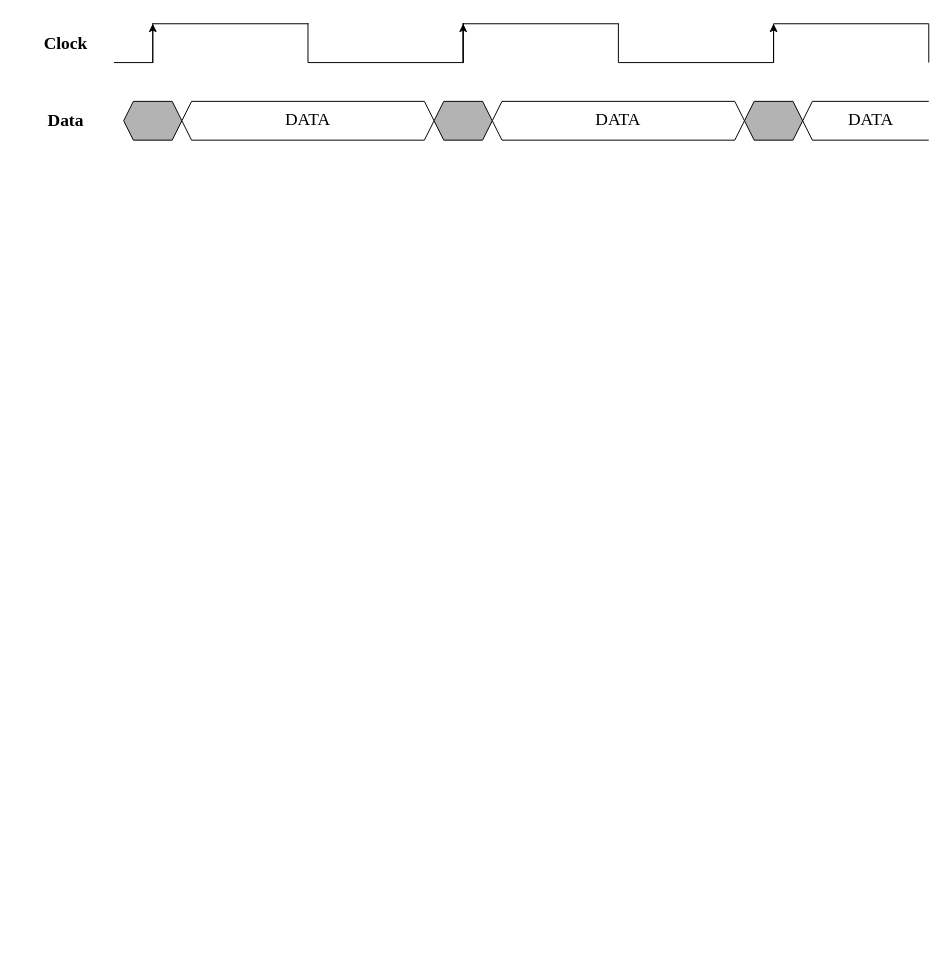
Above: Untitled Diagram.drawio in Katharine-0331/files (draw.io), before the change. Source tidied: cells renumbered, new cells numbered last; positions are measured from the earlier drawing's top-left corner, leaving out a move shared by most shapes. Both pictures are drawn from the tidied source at 97%, with x=0, y=0 at pixel (36, 18).
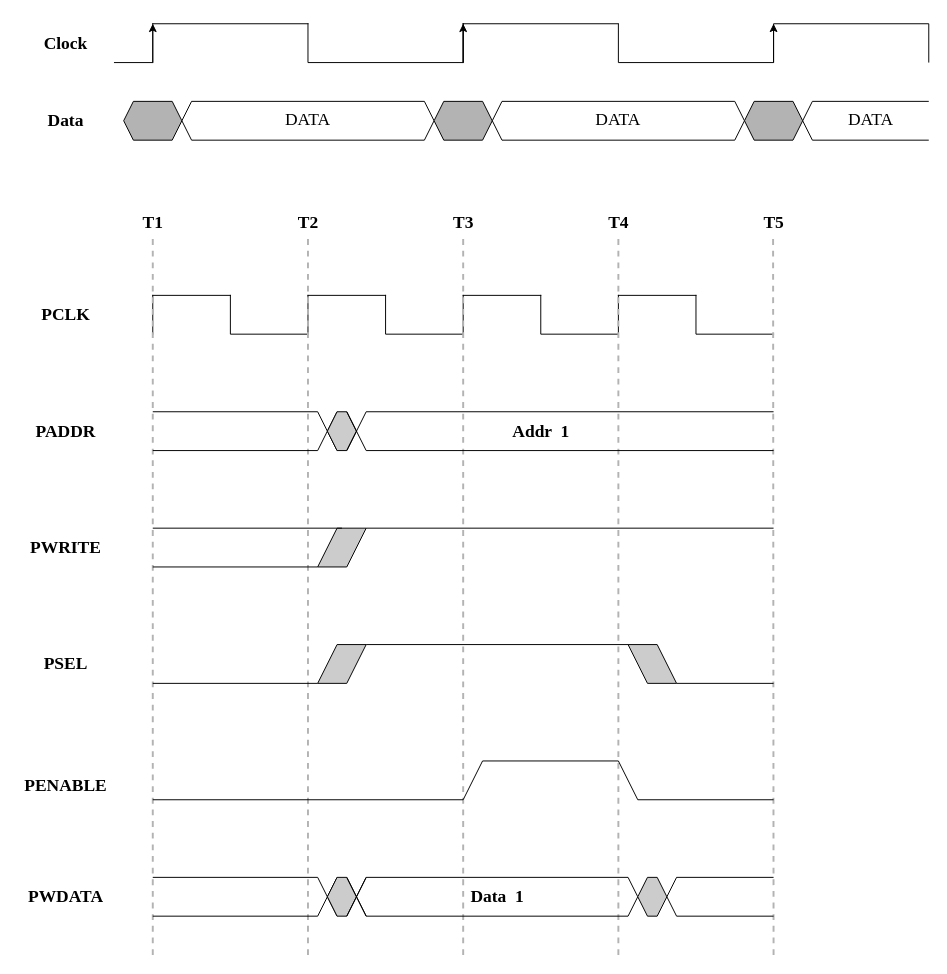
Above is the later version.

Change to the diagram source:
```diff
@@
-    <mxCell id="12" value="&lt;pre style=&quot;font-size: 18px&quot;&gt;&lt;font face=&quot;Times New Roman&quot;&gt;DATA&lt;/font&gt;&lt;/pre&gt;" style="shape=hexagon;perimeter=hexagonPerimeter2;whiteSpace=wrap;html=1;fixedSize=1;size=10;" parent="1" vertex="1">
+    <mxCell id="12" value="&lt;pre style=&quot;font-size: 18px&quot;&gt;&lt;font face=&quot;Times New Roman&quot;&gt;DATA&lt;/font&gt;&lt;/pre&gt;" style="shape=hexagon;perimeter=hexagonPerimeter2;whiteSpace=wrap;html=1;fixedSize=1;size=10;fillColor=none;" parent="1" vertex="1">
       <mxGeometry x="150" y="85" width="260" height="40" as="geometry" />
     </mxCell>
@@
-    <mxCell id="14" value="&lt;pre style=&quot;font-size: 18px&quot;&gt;&lt;font face=&quot;Times New Roman&quot;&gt;DATA&lt;/font&gt;&lt;/pre&gt;" style="shape=hexagon;perimeter=hexagonPerimeter2;whiteSpace=wrap;html=1;fixedSize=1;size=10;" parent="1" vertex="1">
+    <mxCell id="14" value="&lt;pre style=&quot;font-size: 18px&quot;&gt;&lt;font face=&quot;Times New Roman&quot;&gt;DATA&lt;/font&gt;&lt;/pre&gt;" style="shape=hexagon;perimeter=hexagonPerimeter2;whiteSpace=wrap;html=1;fixedSize=1;size=10;fillColor=none;" parent="1" vertex="1">
       <mxGeometry x="470" y="85" width="260" height="40" as="geometry" />
     </mxCell>
@@
+    <mxCell id="26" style="shape=partialRectangle;whiteSpace=wrap;html=1;bottom=0;right=0;fillColor=none;" parent="1" vertex="1">
+      <mxGeometry x="120" y="285" width="80" height="40" as="geometry" />
+    </mxCell>
+    <mxCell id="27" style="shape=partialRectangle;whiteSpace=wrap;html=1;top=0;left=0;fillColor=none;strokeColor=#000000;rotation=90;" parent="1" vertex="1">
+      <mxGeometry x="220" y="265" width="40" height="80" as="geometry" />
+    </mxCell>
+    <mxCell id="28" style="shape=partialRectangle;whiteSpace=wrap;html=1;bottom=0;right=0;fillColor=none;" parent="1" vertex="1">
+      <mxGeometry x="280" y="285" width="80" height="40" as="geometry" />
+    </mxCell>
+    <mxCell id="29" style="shape=partialRectangle;whiteSpace=wrap;html=1;top=0;left=0;strokeColor=#000000;rotation=90;fillColor=none;" parent="1" vertex="1">
+      <mxGeometry x="380" y="265" width="40" height="80" as="geometry" />
+    </mxCell>
+    <mxCell id="30" style="shape=partialRectangle;whiteSpace=wrap;html=1;bottom=0;right=0;fillColor=none;" parent="1" vertex="1">
+      <mxGeometry x="440" y="285" width="80" height="40" as="geometry" />
+    </mxCell>
+    <mxCell id="31" style="shape=partialRectangle;whiteSpace=wrap;html=1;top=0;left=0;fillColor=none;strokeColor=#000000;rotation=90;" parent="1" vertex="1">
+      <mxGeometry x="540" y="265" width="40" height="80" as="geometry" />
+    </mxCell>
+    <mxCell id="32" style="shape=partialRectangle;whiteSpace=wrap;html=1;bottom=0;right=0;fillColor=none;" parent="1" vertex="1">
+      <mxGeometry x="600" y="285" width="80" height="40" as="geometry" />
+    </mxCell>
+    <mxCell id="33" style="shape=partialRectangle;whiteSpace=wrap;html=1;top=0;left=0;fillColor=none;strokeColor=#000000;rotation=90;" parent="1" vertex="1">
+      <mxGeometry x="700" y="265" width="40" height="80" as="geometry" />
+    </mxCell>
+    <mxCell id="34" style="endArrow=none;dashed=1;html=1;strokeWidth=2;shadow=0;strokeColor=#B3B3B3;" parent="1" edge="1">
+      <mxGeometry relative="1" as="geometry">
+        <mxPoint x="120" y="965" as="sourcePoint" />
+        <mxPoint x="120" y="225" as="targetPoint" />
+      </mxGeometry>
+    </mxCell>
+    <mxCell id="35" style="endArrow=none;dashed=1;html=1;strokeWidth=2;shadow=0;strokeColor=#B3B3B3;" parent="1" edge="1">
+      <mxGeometry relative="1" as="geometry">
+        <mxPoint x="280" y="965" as="sourcePoint" />
+        <mxPoint x="280" y="225" as="targetPoint" />
+      </mxGeometry>
+    </mxCell>
+    <mxCell id="36" style="endArrow=none;dashed=1;html=1;strokeWidth=2;shadow=0;strokeColor=#B3B3B3;" parent="1" edge="1">
+      <mxGeometry relative="1" as="geometry">
+        <mxPoint x="440" y="965" as="sourcePoint" />
+        <mxPoint x="440" y="225" as="targetPoint" />
+      </mxGeometry>
+    </mxCell>
+    <mxCell id="37" style="endArrow=none;dashed=1;html=1;strokeWidth=2;shadow=0;strokeColor=#B3B3B3;" parent="1" edge="1">
+      <mxGeometry relative="1" as="geometry">
+        <mxPoint x="600" y="965" as="sourcePoint" />
+        <mxPoint x="600" y="225" as="targetPoint" />
+      </mxGeometry>
+    </mxCell>
+    <mxCell id="38" style="endArrow=none;html=1;shadow=0;" parent="1" edge="1">
+      <mxGeometry relative="1" as="geometry">
+        <mxPoint x="120" y="405" as="sourcePoint" />
+        <mxPoint x="290" y="405" as="targetPoint" />
+      </mxGeometry>
+    </mxCell>
+    <mxCell id="39" style="endArrow=none;html=1;shadow=0;strokeColor=#000000;" parent="1" edge="1">
+      <mxGeometry relative="1" as="geometry">
+        <mxPoint x="120" y="445" as="sourcePoint" />
+        <mxPoint x="290" y="445" as="targetPoint" />
+      </mxGeometry>
+    </mxCell>
+    <mxCell id="40" style="endArrow=none;html=1;shadow=0;strokeColor=#000000;" parent="1" edge="1">
+      <mxGeometry relative="1" as="geometry">
+        <mxPoint x="290" y="445" as="sourcePoint" />
+        <mxPoint x="310" y="405" as="targetPoint" />
+      </mxGeometry>
+    </mxCell>
+    <mxCell id="41" style="endArrow=none;html=1;shadow=0;strokeColor=#000000;" parent="1" edge="1">
+      <mxGeometry relative="1" as="geometry">
+        <mxPoint x="290" y="405" as="sourcePoint" />
+        <mxPoint x="310" y="445" as="targetPoint" />
+      </mxGeometry>
+    </mxCell>
+    <mxCell id="42" style="shape=hexagon;perimeter=hexagonPerimeter2;whiteSpace=wrap;html=1;fixedSize=1;strokeColor=#000000;gradientColor=none;gradientDirection=radial;fillColor=#CCCCCC;size=10;" parent="1" vertex="1">
+      <mxGeometry x="300" y="405" width="30" height="40" as="geometry" />
+    </mxCell>
+    <mxCell id="43" style="endArrow=none;dashed=1;html=1;strokeWidth=2;shadow=0;strokeColor=#B3B3B3;" parent="1" edge="1">
+      <mxGeometry relative="1" as="geometry">
+        <mxPoint x="760" y="965" as="sourcePoint" />
+        <mxPoint x="759.5" y="225" as="targetPoint" />
+      </mxGeometry>
+    </mxCell>
+    <mxCell id="44" style="endArrow=none;html=1;shadow=0;strokeColor=#000000;" parent="1" edge="1">
+      <mxGeometry relative="1" as="geometry">
+        <mxPoint x="320" y="445" as="sourcePoint" />
+        <mxPoint x="340" y="405" as="targetPoint" />
+      </mxGeometry>
+    </mxCell>
+    <mxCell id="45" style="endArrow=none;html=1;shadow=0;strokeColor=#000000;" parent="1" edge="1">
+      <mxGeometry relative="1" as="geometry">
+        <mxPoint x="320" y="405" as="sourcePoint" />
+        <mxPoint x="340" y="445" as="targetPoint" />
+      </mxGeometry>
+    </mxCell>
+    <mxCell id="46" style="endArrow=none;html=1;shadow=0;strokeColor=#000000;" parent="1" edge="1">
+      <mxGeometry relative="1" as="geometry">
+        <mxPoint x="340" y="405" as="sourcePoint" />
+        <mxPoint x="760" y="405" as="targetPoint" />
+      </mxGeometry>
+    </mxCell>
+    <mxCell id="47" style="endArrow=none;html=1;shadow=0;strokeColor=#000000;" parent="1" edge="1">
+      <mxGeometry relative="1" as="geometry">
+        <mxPoint x="340" y="445" as="sourcePoint" />
+        <mxPoint x="760" y="445" as="targetPoint" />
+      </mxGeometry>
+    </mxCell>
+    <mxCell id="48" style="shape=parallelogram;perimeter=parallelogramPerimeter;whiteSpace=wrap;html=1;fixedSize=1;strokeColor=#000000;gradientColor=none;gradientDirection=radial;size=20;fillColor=#CCCCCC;" parent="1" vertex="1">
+      <mxGeometry x="290" y="525" width="50" height="40" as="geometry" />
+    </mxCell>
+    <mxCell id="49" style="endArrow=none;html=1;shadow=0;strokeColor=#000000;entryX=0.5;entryY=0;entryDx=0;entryDy=0;" parent="1" edge="1" target="48">
+      <mxGeometry relative="1" as="geometry">
+        <mxPoint x="120" y="525" as="sourcePoint" />
+      </mxGeometry>
+    </mxCell>
+    <mxCell id="50" style="endArrow=none;html=1;shadow=0;strokeColor=#000000;entryX=0;entryY=1;entryDx=0;entryDy=0;" parent="1" edge="1" target="48">
+      <mxGeometry relative="1" as="geometry">
+        <mxPoint x="120" y="565" as="sourcePoint" />
+      </mxGeometry>
+    </mxCell>
+    <mxCell id="51" style="endArrow=none;html=1;shadow=0;strokeColor=#000000;" parent="1" edge="1">
+      <mxGeometry relative="1" as="geometry">
+        <mxPoint x="340" y="525" as="sourcePoint" />
+        <mxPoint x="760" y="525" as="targetPoint" />
+      </mxGeometry>
+    </mxCell>
+    <mxCell id="52" style="shape=parallelogram;perimeter=parallelogramPerimeter;whiteSpace=wrap;html=1;fixedSize=1;strokeColor=#000000;gradientColor=none;gradientDirection=radial;size=20;fillColor=#CCCCCC;" parent="1" vertex="1">
+      <mxGeometry x="290" y="645" width="50" height="40" as="geometry" />
+    </mxCell>
+    <mxCell id="53" style="endArrow=none;html=1;shadow=0;strokeColor=#000000;entryX=0;entryY=1;entryDx=0;entryDy=0;" parent="1" edge="1" target="52">
+      <mxGeometry relative="1" as="geometry">
+        <mxPoint x="120" y="685" as="sourcePoint" />
+      </mxGeometry>
+    </mxCell>
+    <mxCell id="54" value="&lt;pre&gt;&lt;font face=&quot;Times New Roman&quot; size=&quot;1&quot;&gt;&lt;b style=&quot;font-size: 18px&quot;&gt;T1&lt;/b&gt;&lt;/font&gt;&lt;/pre&gt;" style="text;html=1;align=center;verticalAlign=middle;strokeColor=none;" parent="1" vertex="1">
+      <mxGeometry x="100" y="185" width="40" height="50" as="geometry" />
+    </mxCell>
+    <mxCell id="55" value="&lt;pre&gt;&lt;font face=&quot;Times New Roman&quot; size=&quot;1&quot;&gt;&lt;b style=&quot;font-size: 18px&quot;&gt;T2&lt;/b&gt;&lt;/font&gt;&lt;/pre&gt;" style="text;html=1;align=center;verticalAlign=middle;strokeColor=none;" parent="1" vertex="1">
+      <mxGeometry x="260" y="185" width="40" height="50" as="geometry" />
+    </mxCell>
+    <mxCell id="56" value="&lt;pre&gt;&lt;font face=&quot;Times New Roman&quot; size=&quot;1&quot;&gt;&lt;b style=&quot;font-size: 18px&quot;&gt;T3&lt;/b&gt;&lt;/font&gt;&lt;/pre&gt;" style="text;html=1;align=center;verticalAlign=middle;strokeColor=none;" parent="1" vertex="1">
+      <mxGeometry x="420" y="185" width="40" height="50" as="geometry" />
+    </mxCell>
+    <mxCell id="57" value="&lt;pre&gt;&lt;font face=&quot;Times New Roman&quot; size=&quot;1&quot;&gt;&lt;b style=&quot;font-size: 18px&quot;&gt;T4&lt;/b&gt;&lt;/font&gt;&lt;/pre&gt;" style="text;html=1;align=center;verticalAlign=middle;strokeColor=none;" parent="1" vertex="1">
+      <mxGeometry x="580" y="185" width="40" height="50" as="geometry" />
+    </mxCell>
+    <mxCell id="58" value="&lt;pre&gt;&lt;font face=&quot;Times New Roman&quot; size=&quot;1&quot;&gt;&lt;b style=&quot;font-size: 18px&quot;&gt;T5&lt;/b&gt;&lt;/font&gt;&lt;/pre&gt;" style="text;html=1;align=center;verticalAlign=middle;strokeColor=none;" parent="1" vertex="1">
+      <mxGeometry x="740" y="185" width="40" height="50" as="geometry" />
+    </mxCell>
+    <mxCell id="59" value="&lt;pre&gt;&lt;b&gt;&lt;font face=&quot;Times New Roman&quot; style=&quot;font-size: 18px&quot;&gt;PCLK&lt;/font&gt;&lt;/b&gt;&lt;/pre&gt;" style="text;html=1;align=center;verticalAlign=middle;strokeColor=none;" parent="1" vertex="1">
+      <mxGeometry x="-5" y="280" width="70" height="50" as="geometry" />
+    </mxCell>
+    <mxCell id="60" value="&lt;pre&gt;&lt;font face=&quot;Times New Roman&quot; style=&quot;font-size: 18px&quot;&gt;&lt;b&gt;PADDR&lt;/b&gt;&lt;/font&gt;&lt;/pre&gt;" style="text;html=1;align=center;verticalAlign=middle;strokeColor=none;" parent="1" vertex="1">
+      <mxGeometry x="-10" y="400" width="80" height="50" as="geometry" />
+    </mxCell>
+    <mxCell id="61" value="&lt;pre&gt;&lt;font face=&quot;Times New Roman&quot; style=&quot;font-size: 18px&quot;&gt;&lt;b&gt;PWRITE&lt;/b&gt;&lt;/font&gt;&lt;/pre&gt;" style="text;html=1;align=center;verticalAlign=middle;strokeColor=none;" parent="1" vertex="1">
+      <mxGeometry x="-15" y="520" width="90" height="50" as="geometry" />
+    </mxCell>
+    <mxCell id="62" value="&lt;pre&gt;&lt;font face=&quot;Times New Roman&quot; style=&quot;font-size: 18px&quot;&gt;&lt;b&gt;PSEL&lt;/b&gt;&lt;/font&gt;&lt;/pre&gt;" style="text;html=1;align=center;verticalAlign=middle;strokeColor=none;" parent="1" vertex="1">
+      <mxGeometry y="640" width="60" height="50" as="geometry" />
+    </mxCell>
+    <mxCell id="63" style="endArrow=none;html=1;shadow=0;strokeColor=#000000;" parent="1" edge="1">
+      <mxGeometry relative="1" as="geometry">
+        <mxPoint x="120" y="805" as="sourcePoint" />
+        <mxPoint x="440" y="805" as="targetPoint" />
+      </mxGeometry>
+    </mxCell>
+    <mxCell id="64" style="endArrow=none;html=1;shadow=0;strokeColor=#000000;" parent="1" edge="1">
+      <mxGeometry relative="1" as="geometry">
+        <mxPoint x="440" y="805" as="sourcePoint" />
+        <mxPoint x="460" y="765" as="targetPoint" />
+      </mxGeometry>
+    </mxCell>
+    <mxCell id="65" style="endArrow=none;html=1;shadow=0;strokeColor=#000000;" parent="1" edge="1">
+      <mxGeometry relative="1" as="geometry">
+        <mxPoint x="460" y="765" as="sourcePoint" />
+        <mxPoint x="600" y="765" as="targetPoint" />
+      </mxGeometry>
+    </mxCell>
+    <mxCell id="66" style="endArrow=none;html=1;shadow=0;strokeColor=#000000;" parent="1" edge="1">
+      <mxGeometry relative="1" as="geometry">
+        <mxPoint x="600" y="765" as="sourcePoint" />
+        <mxPoint x="620" y="805" as="targetPoint" />
+      </mxGeometry>
+    </mxCell>
+    <mxCell id="67" style="endArrow=none;html=1;shadow=0;strokeColor=#000000;" parent="1" edge="1">
+      <mxGeometry relative="1" as="geometry">
+        <mxPoint x="620" y="805" as="sourcePoint" />
+        <mxPoint x="760" y="805" as="targetPoint" />
+      </mxGeometry>
+    </mxCell>
+    <mxCell id="68" value="&lt;pre&gt;&lt;font face=&quot;Times New Roman&quot; style=&quot;font-size: 18px&quot;&gt;&lt;b&gt;PENABLE&lt;/b&gt;&lt;/font&gt;&lt;/pre&gt;" style="text;html=1;align=center;verticalAlign=middle;strokeColor=none;" parent="1" vertex="1">
+      <mxGeometry x="-20" y="765" width="100" height="50" as="geometry" />
+    </mxCell>
+    <mxCell id="69" style="endArrow=none;html=1;shadow=0;" parent="1" edge="1">
+      <mxGeometry relative="1" as="geometry">
+        <mxPoint x="120" y="885" as="sourcePoint" />
+        <mxPoint x="290" y="885" as="targetPoint" />
+      </mxGeometry>
+    </mxCell>
+    <mxCell id="70" style="endArrow=none;html=1;shadow=0;strokeColor=#000000;" parent="1" edge="1">
+      <mxGeometry relative="1" as="geometry">
+        <mxPoint x="120" y="925" as="sourcePoint" />
+        <mxPoint x="290" y="925" as="targetPoint" />
+      </mxGeometry>
+    </mxCell>
+    <mxCell id="71" style="endArrow=none;html=1;shadow=0;strokeColor=#000000;" parent="1" edge="1">
+      <mxGeometry relative="1" as="geometry">
+        <mxPoint x="290" y="925" as="sourcePoint" />
+        <mxPoint x="310" y="885" as="targetPoint" />
+      </mxGeometry>
+    </mxCell>
+    <mxCell id="72" style="endArrow=none;html=1;shadow=0;strokeColor=#000000;" parent="1" edge="1">
+      <mxGeometry relative="1" as="geometry">
+        <mxPoint x="290" y="885" as="sourcePoint" />
+        <mxPoint x="310" y="925" as="targetPoint" />
+      </mxGeometry>
+    </mxCell>
+    <mxCell id="73" style="shape=hexagon;perimeter=hexagonPerimeter2;whiteSpace=wrap;html=1;fixedSize=1;strokeColor=#000000;gradientColor=none;gradientDirection=radial;fillColor=#CCCCCC;size=10;" parent="1" vertex="1">
+      <mxGeometry x="300" y="885" width="30" height="40" as="geometry" />
+    </mxCell>
+    <mxCell id="74" style="endArrow=none;html=1;shadow=0;strokeColor=#000000;" parent="1" edge="1">
+      <mxGeometry relative="1" as="geometry">
+        <mxPoint x="320" y="925" as="sourcePoint" />
+        <mxPoint x="340" y="885" as="targetPoint" />
+      </mxGeometry>
+    </mxCell>
+    <mxCell id="75" style="endArrow=none;html=1;shadow=0;strokeColor=#000000;" parent="1" edge="1">
+      <mxGeometry relative="1" as="geometry">
+        <mxPoint x="320" y="885" as="sourcePoint" />
+        <mxPoint x="340" y="925" as="targetPoint" />
+      </mxGeometry>
+    </mxCell>
+    <mxCell id="76" style="shape=hexagon;perimeter=hexagonPerimeter2;whiteSpace=wrap;html=1;fixedSize=1;strokeColor=#000000;gradientColor=none;gradientDirection=radial;fillColor=none;size=10;" parent="1" vertex="1">
+      <mxGeometry x="330" y="885" width="290" height="40" as="geometry" />
+    </mxCell>
+    <mxCell id="77" style="shape=hexagon;perimeter=hexagonPerimeter2;whiteSpace=wrap;html=1;fixedSize=1;strokeColor=#000000;gradientColor=none;gradientDirection=radial;fillColor=#CCCCCC;size=10;" parent="1" vertex="1">
+      <mxGeometry x="620" y="885" width="30" height="40" as="geometry" />
+    </mxCell>
+    <mxCell id="78" style="endArrow=none;html=1;shadow=0;strokeColor=#000000;" parent="1" edge="1">
+      <mxGeometry relative="1" as="geometry">
+        <mxPoint x="650" y="905" as="sourcePoint" />
+        <mxPoint x="660" y="885" as="targetPoint" />
+      </mxGeometry>
+    </mxCell>
+    <mxCell id="79" style="endArrow=none;html=1;shadow=0;strokeColor=#000000;" parent="1" edge="1">
+      <mxGeometry relative="1" as="geometry">
+        <mxPoint x="650" y="905" as="sourcePoint" />
+        <mxPoint x="660" y="925" as="targetPoint" />
+      </mxGeometry>
+    </mxCell>
+    <mxCell id="80" style="endArrow=none;html=1;shadow=0;strokeColor=#000000;" parent="1" edge="1">
+      <mxGeometry relative="1" as="geometry">
+        <mxPoint x="660" y="885" as="sourcePoint" />
+        <mxPoint x="760" y="885" as="targetPoint" />
+      </mxGeometry>
+    </mxCell>
+    <mxCell id="81" style="endArrow=none;html=1;shadow=0;strokeColor=#000000;" parent="1" edge="1">
+      <mxGeometry relative="1" as="geometry">
+        <mxPoint x="660" y="925" as="sourcePoint" />
+        <mxPoint x="760" y="925" as="targetPoint" />
+      </mxGeometry>
+    </mxCell>
+    <mxCell id="82" value="&lt;pre&gt;&lt;font style=&quot;font-size: 18px&quot; face=&quot;Times New Roman&quot;&gt;&lt;b&gt;Addr  1&lt;/b&gt;&lt;/font&gt;&lt;/pre&gt;" style="text;html=1;align=center;verticalAlign=middle;strokeColor=none;" parent="1" vertex="1">
+      <mxGeometry x="485" y="400" width="70" height="50" as="geometry" />
+    </mxCell>
+    <mxCell id="83" value="&lt;pre&gt;&lt;font style=&quot;font-size: 18px&quot; face=&quot;Times New Roman&quot;&gt;&lt;b&gt;Data  1&lt;/b&gt;&lt;/font&gt;&lt;/pre&gt;" style="text;html=1;align=center;verticalAlign=middle;strokeColor=none;" parent="1" vertex="1">
+      <mxGeometry x="440" y="880" width="70" height="50" as="geometry" />
+    </mxCell>
+    <mxCell id="84" value="&lt;pre&gt;&lt;font face=&quot;Times New Roman&quot; style=&quot;font-size: 18px&quot;&gt;&lt;b&gt;PWDATA&lt;/b&gt;&lt;/font&gt;&lt;/pre&gt;" style="text;html=1;align=center;verticalAlign=middle;strokeColor=none;" parent="1" vertex="1">
+      <mxGeometry x="-15" y="880" width="90" height="50" as="geometry" />
+    </mxCell>
+    <mxCell id="85" style="endArrow=none;html=1;shadow=0;strokeWidth=1;" parent="1" edge="1">
+      <mxGeometry relative="1" as="geometry">
+        <mxPoint x="340" y="645" as="sourcePoint" />
+        <mxPoint x="610" y="645" as="targetPoint" />
+      </mxGeometry>
+    </mxCell>
+    <mxCell id="86" style="shape=parallelogram;perimeter=parallelogramPerimeter;whiteSpace=wrap;html=1;fixedSize=1;strokeColor=#000000;gradientColor=none;gradientDirection=radial;size=20;fillColor=#CCCCCC;direction=east;flipV=1;flipH=0;" parent="1" vertex="1">
+      <mxGeometry x="610" y="645" width="50" height="40" as="geometry" />
+    </mxCell>
+    <mxCell id="87" style="endArrow=none;html=1;shadow=0;strokeColor=#000000;strokeWidth=1;" parent="1" edge="1">
+      <mxGeometry relative="1" as="geometry">
+        <mxPoint x="660" y="685" as="sourcePoint" />
+        <mxPoint x="760" y="685" as="targetPoint" />
+      </mxGeometry>
+    </mxCell>
```
